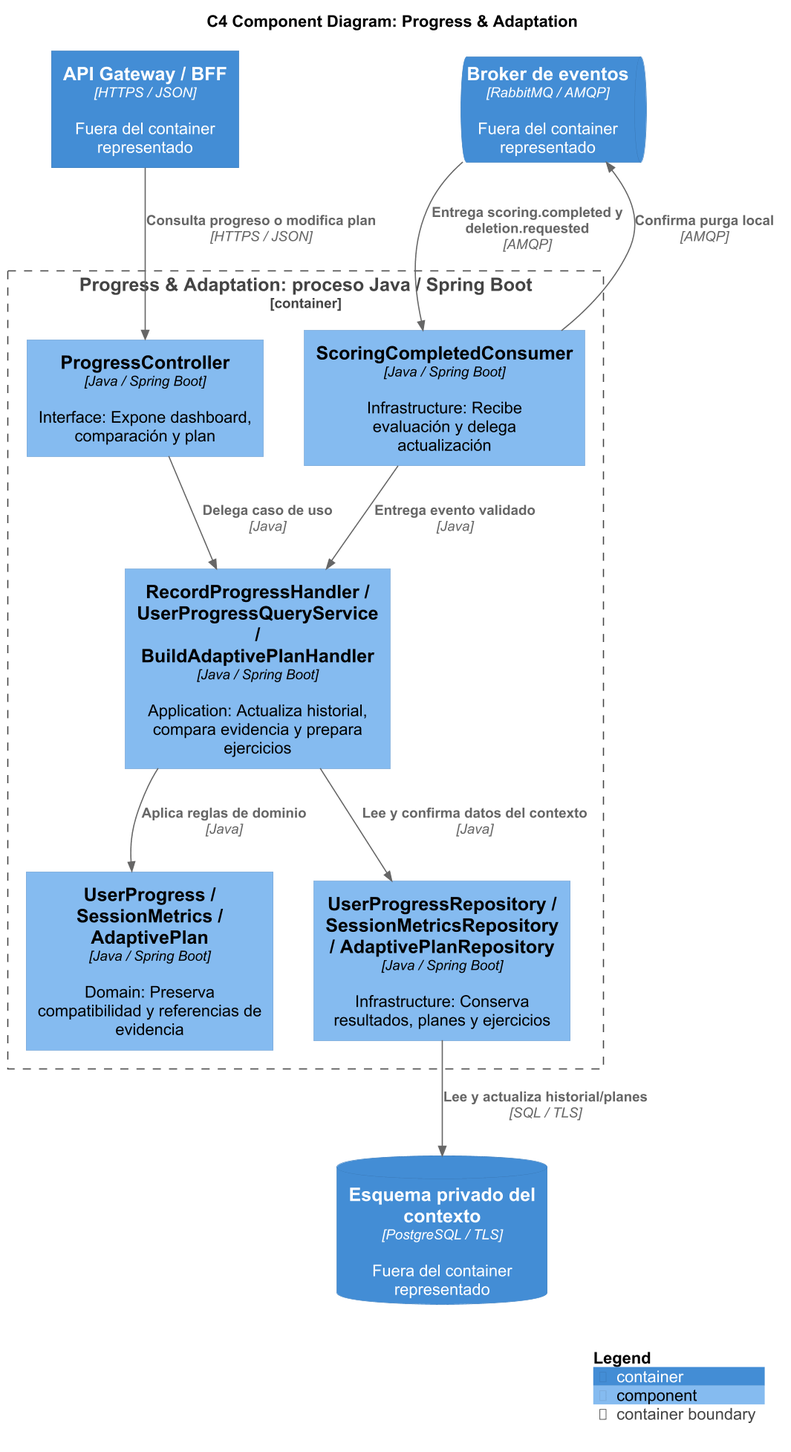
Before: assets/diagrams/tactical/05-progress-adaptation-components.png, a diagram exported from PlantUML (upc-pre-202620-si728-16365-thropic/talki-project-report).
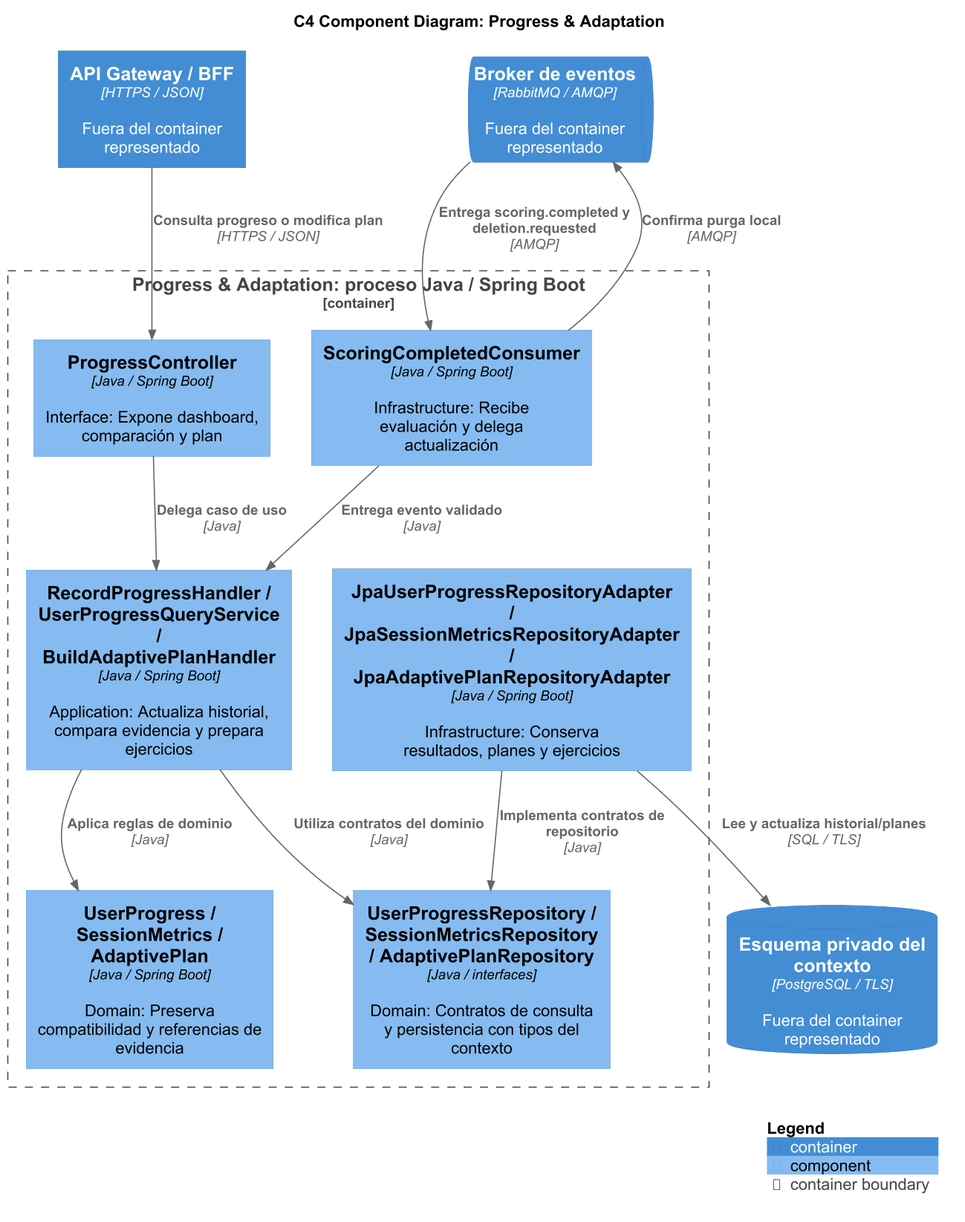
After the commit.

What changed in the source:
```diff
@@ -11,13 +11,15 @@
   Component(api, "ProgressController", "Java / Spring Boot", "Interface: Expone dashboard, comparación y plan")
   Component(app, "RecordProgressHandler / UserProgressQueryService / BuildAdaptivePlanHandler", "Java / Spring Boot", "Application: Actualiza historial, compara evidencia y prepara ejercicios")
   Component(rules, "UserProgress / SessionMetrics / AdaptivePlan", "Java / Spring Boot", "Domain: Preserva compatibilidad y referencias de evidencia")
-  Component(repo, "UserProgressRepository / SessionMetricsRepository / AdaptivePlanRepository", "Java / Spring Boot", "Infrastructure: Conserva resultados, planes y ejercicios")
+  Component(ports, "UserProgressRepository / SessionMetricsRepository / AdaptivePlanRepository", "Java / interfaces", "Domain: Contratos de consulta y persistencia con tipos del contexto")
+  Component(repo, "JpaUserProgressRepositoryAdapter / JpaSessionMetricsRepositoryAdapter / JpaAdaptivePlanRepositoryAdapter", "Java / Spring Boot", "Infrastructure: Conserva resultados, planes y ejercicios")
   Component(consumer, "ScoringCompletedConsumer", "Java / Spring Boot", "Infrastructure: Recibe evaluación y delega actualización")
 }
 Rel(api, app, "Delega caso de uso", "Java")
 Rel(consumer, app, "Entrega evento validado", "Java")
 Rel(app, rules, "Aplica reglas de dominio", "Java")
-Rel(app, repo, "Lee y confirma datos del contexto", "Java")
+Rel(app, ports, "Utiliza contratos del dominio", "Java")
+Rel(repo, ports, "Implementa contratos de repositorio", "Java")
 Rel(bff, api, "Consulta progreso o modifica plan", "HTTPS / JSON")
 Rel(bus, consumer, "Entrega scoring.completed y deletion.requested", "AMQP")
 Rel(consumer, bus, "Confirma purga local", "AMQP")
```
